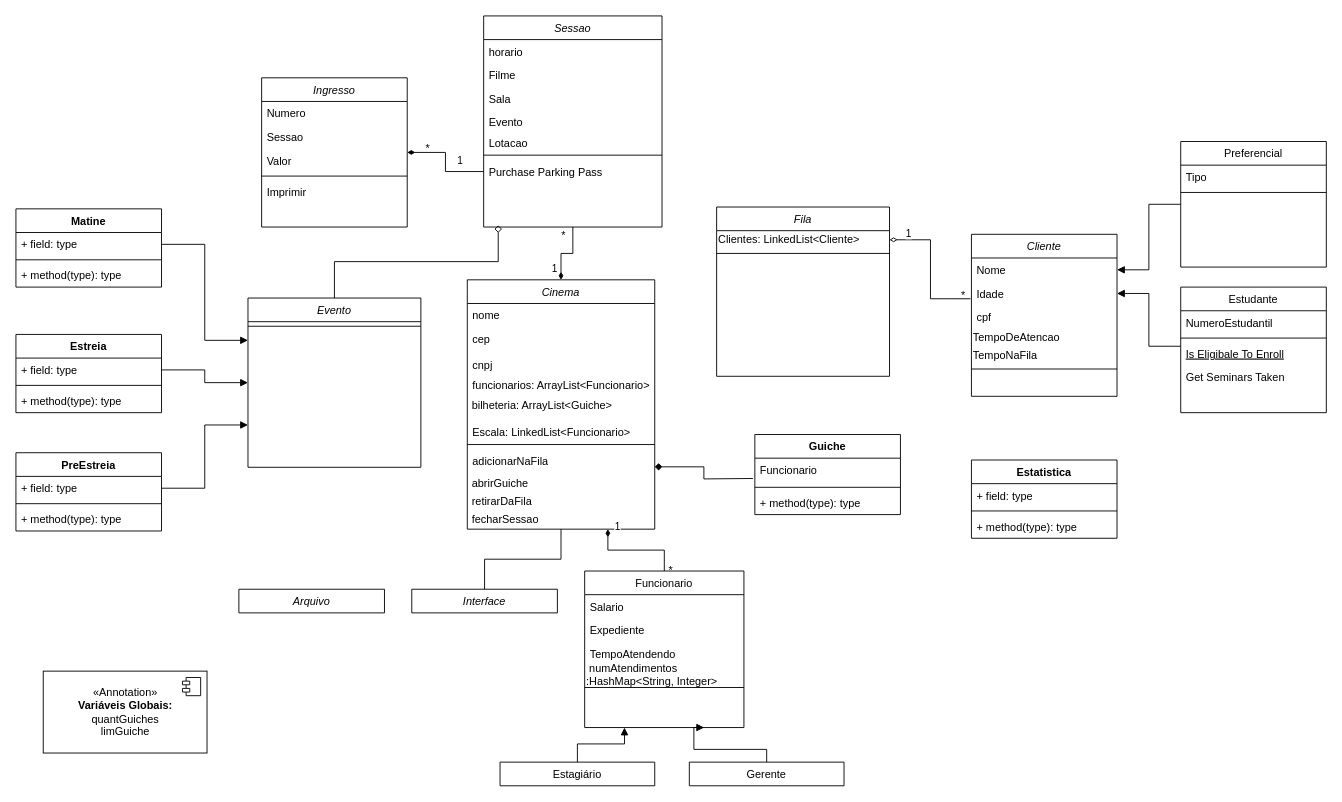
Above: classPPOO.drawio in IsabelleCoelho/Fila_de_Cinema_PPOO (draw.io), before the change. Source tidied: cells renumbered, new cells numbered last; positions are measured from the earlier drawing's top-left corner, leaving out a move shared by most shapes. Both pictures are drawn from the tidied source at 91%, with x=0, y=0 at pixel (15, 15).
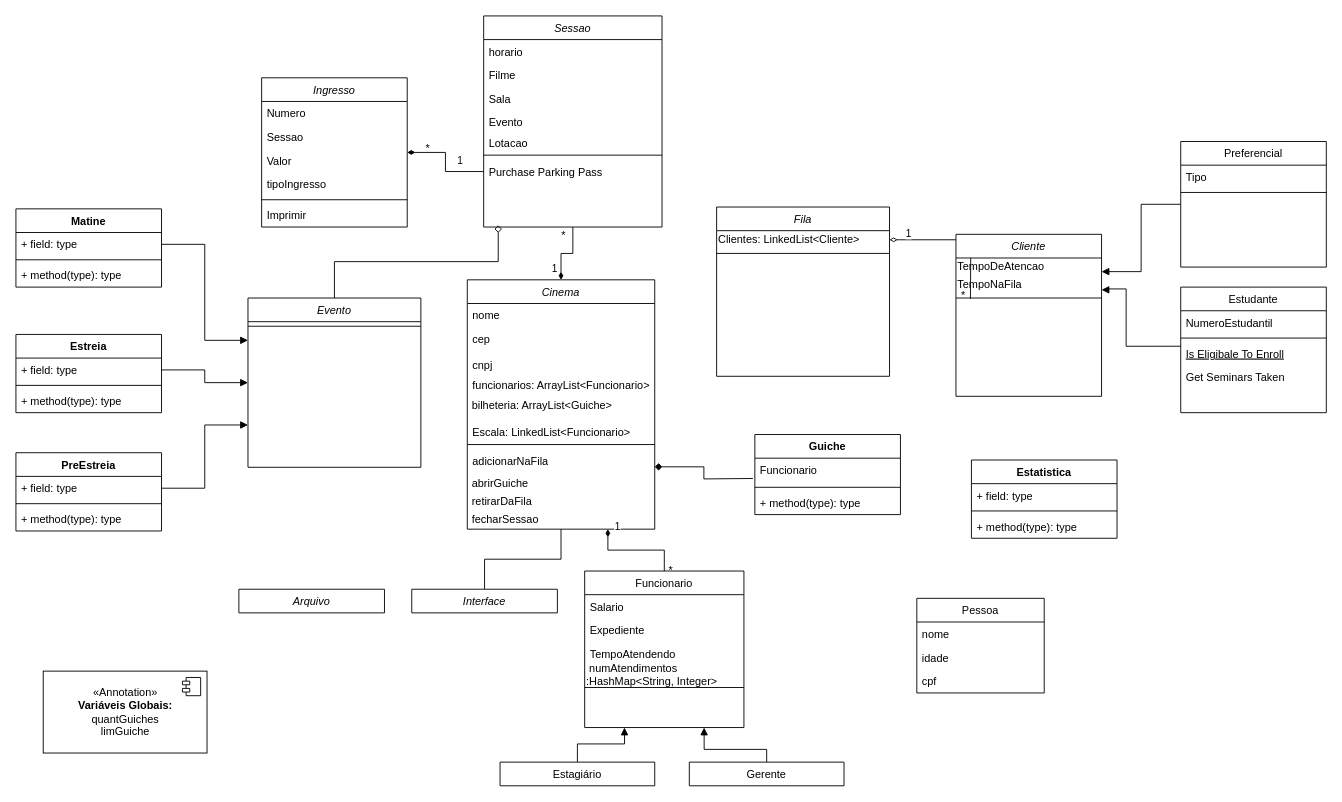
After the change.

Unchanged cells that the change refers to:
```xml
<mxCell id="11" value="Gerente" style="swimlane;fontStyle=0;align=center;verticalAlign=top;horizontal=1;startSize=26;rounded=0;shadow=0;strokeWidth=1;" parent="1" vertex="1" collapsed="1">
  <mxGeometry x="740" y="820" width="170" height="26" as="geometry" />
</mxCell>
<mxCell id="62" value="Preferencial" style="swimlane;fontStyle=0;align=center;verticalAlign=top;horizontal=1;startSize=26;rounded=0;shadow=0;strokeWidth=1;" parent="1" vertex="1">
  <mxGeometry x="1280" y="138" width="160" height="138" as="geometry" />
</mxCell>
<mxCell id="68" value="Is Eligibale To Enroll" style="text;align=left;verticalAlign=top;spacingLeft=4;spacingRight=4;overflow=hidden;points=[[0,0.5],[1,0.5]];portConstraint=eastwest;fontStyle=4;" parent="65" vertex="1">
  <mxGeometry y="60" width="160" height="26" as="geometry" />
</mxCell>
<mxCell id="74" value="Ingresso" style="swimlane;fontStyle=2;align=center;verticalAlign=top;horizontal=1;startSize=26;rounded=0;shadow=0;strokeWidth=1;" parent="1" vertex="1">
  <mxGeometry x="270" y="68" width="160" height="164" as="geometry" />
</mxCell>
<mxCell id="92" value="Clientes: LinkedList&amp;lt;Cliente&amp;gt;" style="text;html=1;strokeColor=none;fillColor=none;align=left;verticalAlign=middle;whiteSpace=wrap;rounded=0;" parent="91" vertex="1">
  <mxGeometry y="26" width="190" height="20" as="geometry" />
</mxCell>
<mxCell id="96" value="Funcionario" style="swimlane;fontStyle=0;align=center;verticalAlign=top;horizontal=1;startSize=26;rounded=0;shadow=0;strokeWidth=1;" parent="1" vertex="1">
  <mxGeometry x="625" y="610" width="175" height="172" as="geometry" />
</mxCell>
```

Change to the diagram source:
```diff
@@
     <mxCell id="5" style="edgeStyle=orthogonalEdgeStyle;rounded=0;jettySize=auto;html=1;exitX=0.75;exitY=1;exitDx=0;exitDy=0;entryX=0.5;entryY=0;entryDx=0;entryDy=0;endArrow=none;endFill=0;startArrow=block;startFill=1;" parent="1" edge="1" source="96" target="11">
       <mxGeometry relative="1" as="geometry">
         <Array as="points">
-          <mxPoint x="745" y="806" />
+          <mxPoint x="756" y="806" />
           <mxPoint x="825" y="806" />
         </Array>
       </mxGeometry>
     </mxCell>
-    <mxCell id="6" style="edgeStyle=orthogonalEdgeStyle;rounded=0;jettySize=auto;html=1;exitX=1;exitY=0.5;exitDx=0;exitDy=0;entryX=0;entryY=0.192;entryDx=0;entryDy=0;entryPerimeter=0;endArrow=none;endFill=0;startArrow=block;startFill=1;" parent="1" edge="1" source="57" target="68">
-      <mxGeometry relative="1" as="geometry" />
+    <mxCell id="6" style="edgeStyle=orthogonalEdgeStyle;rounded=0;jettySize=auto;html=1;entryX=0;entryY=0.192;entryDx=0;entryDy=0;entryPerimeter=0;endArrow=none;endFill=0;startArrow=block;startFill=1;exitX=1;exitY=0.75;exitDx=0;exitDy=0;" parent="1" edge="1" source="60" target="68">
+      <mxGeometry relative="1" as="geometry">
+        <Array as="points">
+          <mxPoint x="1200" y="301" />
+          <mxPoint x="1200" y="300" />
+          <mxPoint x="1220" y="300" />
+          <mxPoint x="1220" y="363" />
+        </Array>
+      </mxGeometry>
     </mxCell>
-    <mxCell id="7" style="edgeStyle=orthogonalEdgeStyle;rounded=0;jettySize=auto;html=1;exitX=1;exitY=0.5;exitDx=0;exitDy=0;entryX=0;entryY=0.5;entryDx=0;entryDy=0;endArrow=none;endFill=0;startArrow=block;startFill=1;" parent="1" edge="1" source="56" target="62">
+    <mxCell id="7" style="edgeStyle=orthogonalEdgeStyle;rounded=0;jettySize=auto;html=1;exitX=1;exitY=0.75;exitDx=0;exitDy=0;entryX=0;entryY=0.5;entryDx=0;entryDy=0;endArrow=none;endFill=0;startArrow=block;startFill=1;" parent="1" edge="1" source="59" target="62">
       <mxGeometry relative="1" as="geometry" />
     </mxCell>
-    <mxCell id="8" style="edgeStyle=orthogonalEdgeStyle;rounded=0;jettySize=auto;html=1;exitX=1;exitY=0.5;exitDx=0;exitDy=0;entryX=-0.007;entryY=0.724;entryDx=0;entryDy=0;entryPerimeter=0;endArrow=none;endFill=0;startArrow=diamondThin;startFill=0;" parent="1" edge="1" source="92" target="57">
-      <mxGeometry relative="1" as="geometry" />
+    <mxCell id="8" style="edgeStyle=orthogonalEdgeStyle;rounded=0;jettySize=auto;html=1;exitX=1;exitY=0.5;exitDx=0;exitDy=0;entryX=-0.007;entryY=0.724;entryDx=0;entryDy=0;entryPerimeter=0;endArrow=none;endFill=0;startArrow=diamondThin;startFill=0;" parent="1" edge="1" source="92">
+      <mxGeometry relative="1" as="geometry">
+        <mxPoint x="1048.9" y="310.8" as="targetPoint" />
+      </mxGeometry>
     </mxCell>
@@
-    <mxCell id="55" value="Cliente" style="swimlane;fontStyle=2;align=center;verticalAlign=top;horizontal=1;startSize=26;rounded=0;shadow=0;strokeWidth=1;" parent="1" vertex="1">
-      <mxGeometry x="1050" y="240" width="160" height="178" as="geometry" />
-    </mxCell>
-    <mxCell id="56" value="Nome" style="text;align=left;verticalAlign=top;spacingLeft=4;spacingRight=4;overflow=hidden;points=[[0,0.5],[1,0.5]];portConstraint=eastwest;" parent="55" vertex="1">
-      <mxGeometry y="26" width="160" height="26" as="geometry" />
-    </mxCell>
-    <mxCell id="57" value="Idade" style="text;align=left;verticalAlign=top;spacingLeft=4;spacingRight=4;overflow=hidden;points=[[0,0.5],[1,0.5]];portConstraint=eastwest;rounded=0;shadow=0;html=0;" parent="55" vertex="1">
-      <mxGeometry y="52" width="160" height="26" as="geometry" />
-    </mxCell>
-    <mxCell id="58" value="cpf" style="text;align=left;verticalAlign=top;spacingLeft=4;spacingRight=4;overflow=hidden;rounded=0;shadow=0;html=0;" parent="55" vertex="1">
-      <mxGeometry y="78" width="160" height="26" as="geometry" />
-    </mxCell>
-    <mxCell id="59" value="&lt;div align=&quot;left&quot;&gt;TempoDeAtencao&lt;/div&gt;" style="text;html=1;strokeColor=none;fillColor=none;align=left;verticalAlign=middle;whiteSpace=wrap;rounded=0;" parent="55" vertex="1">
-      <mxGeometry y="104" width="160" height="20" as="geometry" />
-    </mxCell>
-    <mxCell id="60" value="&lt;div align=&quot;left&quot;&gt;TempoNaFila&lt;/div&gt;" style="text;html=1;strokeColor=none;fillColor=none;align=left;verticalAlign=middle;whiteSpace=wrap;rounded=0;" parent="55" vertex="1">
-      <mxGeometry y="124" width="160" height="20" as="geometry" />
-    </mxCell>
-    <mxCell id="61" style="line;html=1;strokeWidth=1;align=left;verticalAlign=middle;spacingTop=-1;spacingLeft=3;spacingRight=3;labelPosition=right;" parent="55" vertex="1">
-      <mxGeometry y="144" width="160" height="8" as="geometry" />
-    </mxCell>
@@
+    <mxCell id="103" value="Valor" style="text;align=left;verticalAlign=top;spacingLeft=4;spacingRight=4;overflow=hidden;rounded=0;shadow=0;html=0;" parent="74" vertex="1">
+      <mxGeometry y="78" width="160" height="26" as="geometry" />
+    </mxCell>
-    <mxCell id="77" value="Valor" style="text;align=left;verticalAlign=top;spacingLeft=4;spacingRight=4;overflow=hidden;rounded=0;shadow=0;html=0;" parent="74" vertex="1">
-      <mxGeometry y="78" width="160" height="26" as="geometry" />
+    <mxCell id="77" value="tipoIngresso" style="text;align=left;verticalAlign=top;spacingLeft=4;spacingRight=4;overflow=hidden;rounded=0;shadow=0;html=0;" parent="74" vertex="1">
+      <mxGeometry y="104" width="160" height="26" as="geometry" />
     </mxCell>
     <mxCell id="78" style="line;html=1;strokeWidth=1;align=left;verticalAlign=middle;spacingTop=-1;spacingLeft=3;spacingRight=3;labelPosition=right;" parent="74" vertex="1">
-      <mxGeometry y="104" width="160" height="8" as="geometry" />
+      <mxGeometry y="130" width="160" height="8" as="geometry" />
     </mxCell>
     <mxCell id="79" value="Imprimir" style="text;align=left;verticalAlign=top;spacingLeft=4;spacingRight=4;overflow=hidden;" parent="74" vertex="1">
-      <mxGeometry y="112" width="160" height="26" as="geometry" />
+      <mxGeometry y="138" width="160" height="26" as="geometry" />
     </mxCell>
@@
+    <mxCell id="104" value="Pessoa" style="swimlane;fontStyle=0;horizontal=1;startSize=26;fillColor=none;" parent="1" vertex="1">
+      <mxGeometry x="990" y="640" width="140" height="104" as="geometry" />
+    </mxCell>
+    <mxCell id="105" value="nome" style="text;strokeColor=none;fillColor=none;align=left;verticalAlign=top;spacingLeft=4;spacingRight=4;overflow=hidden;" parent="104" vertex="1">
+      <mxGeometry y="26" width="140" height="26" as="geometry" />
+    </mxCell>
+    <mxCell id="106" value="idade" style="text;strokeColor=none;fillColor=none;align=left;verticalAlign=top;spacingLeft=4;spacingRight=4;overflow=hidden;" parent="104" vertex="1">
+      <mxGeometry y="52" width="140" height="26" as="geometry" />
+    </mxCell>
+    <mxCell id="58" value="cpf" style="text;strokeColor=none;fillColor=none;align=left;verticalAlign=top;spacingLeft=4;spacingRight=4;overflow=hidden;" parent="104" vertex="1">
+      <mxGeometry y="78" width="140" height="26" as="geometry" />
+    </mxCell>
+    <mxCell id="55" value="Cliente" style="swimlane;fontStyle=2;align=center;verticalAlign=top;horizontal=1;startSize=26;rounded=0;shadow=0;strokeWidth=1;" parent="1" vertex="1">
+      <mxGeometry x="1033" y="240" width="160" height="178" as="geometry" />
+    </mxCell>
+    <mxCell id="59" value="&lt;div align=&quot;left&quot;&gt;TempoDeAtencao&lt;/div&gt;" style="text;html=1;strokeColor=none;fillColor=none;align=left;verticalAlign=middle;whiteSpace=wrap;rounded=0;" parent="55" vertex="1">
+      <mxGeometry y="26" width="160" height="20" as="geometry" />
+    </mxCell>
+    <mxCell id="60" value="&lt;div align=&quot;left&quot;&gt;TempoNaFila&lt;/div&gt;" style="text;html=1;strokeColor=none;fillColor=none;align=left;verticalAlign=middle;whiteSpace=wrap;rounded=0;" parent="55" vertex="1">
+      <mxGeometry y="46" width="160" height="20" as="geometry" />
+    </mxCell>
+    <mxCell id="61" style="line;html=1;strokeWidth=1;align=left;verticalAlign=middle;spacingTop=-1;spacingLeft=3;spacingRight=3;labelPosition=right;" parent="55" vertex="1">
+      <mxGeometry y="66" width="160" height="8" as="geometry" />
+    </mxCell>
```
